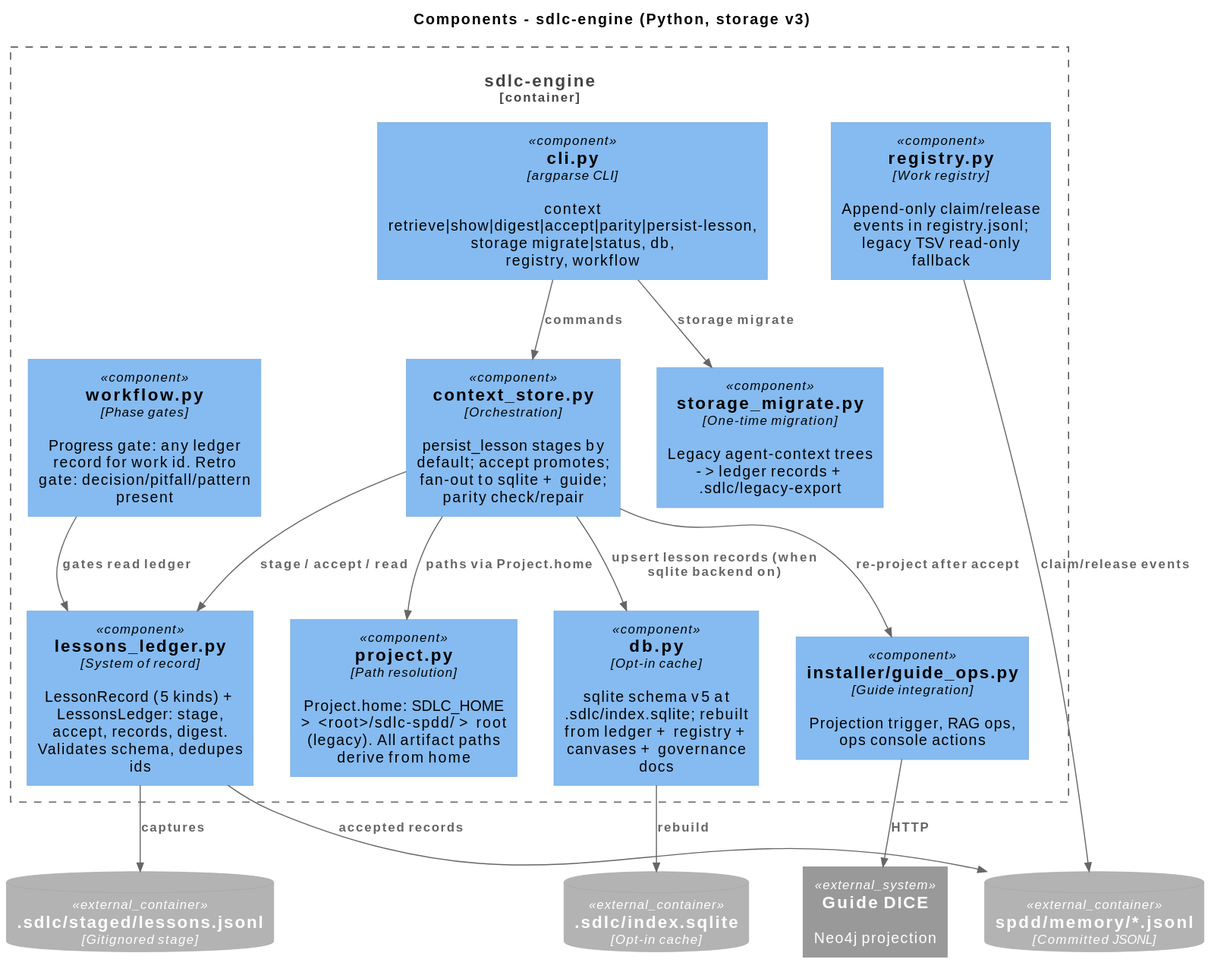
Before: docs/diagrams/03-component-engine.svg, a diagram exported from PlantUML (jmjava/sdlc-spdd-orchestrator). The source it was exported from:
```plantuml
@startuml
!include https://raw.githubusercontent.com/plantuml-stdlib/C4-PlantUML/master/C4_Component.puml

title Components - sdlc-engine (Python, storage v3)

Container_Boundary(engine, "sdlc-engine") {
    Component(cli, "cli.py", "argparse CLI", "context retrieve|show|digest|accept|parity|persist-lesson, storage migrate|status, db, registry, workflow")
    Component(project, "project.py", "Path resolution", "Project.home: SDLC_HOME > <root>/sdlc-spdd/ > root (legacy). All artifact paths derive from home")
    Component(ledgermod, "lessons_ledger.py", "System of record", "LessonRecord (5 kinds) + LessonsLedger: stage, accept, records, digest. Validates schema, dedupes ids")
    Component(store, "context_store.py", "Orchestration", "persist_lesson stages by default; accept promotes; fan-out to sqlite + guide; parity check/repair")
    Component(registry, "registry.py", "Work registry", "Append-only claim/release events in registry.jsonl; legacy TSV read-only fallback")
    Component(db, "db.py", "Opt-in cache", "sqlite schema v5 at .sdlc/index.sqlite; rebuilt from ledger + registry + canvases + governance docs")
    Component(migrate, "storage_migrate.py", "One-time migration", "Legacy agent-context trees -> ledger records + .sdlc/legacy-export")
    Component(workflow, "workflow.py", "Phase gates", "Progress gate: any ledger record for work id. Retro gate: decision/pitfall/pattern present")
    Component(guideops, "installer/guide_ops.py", "Guide integration", "Projection trigger, RAG ops, ops console actions")
}

ContainerDb_Ext(ledger, "spdd/memory/*.jsonl", "Committed JSONL")
ContainerDb_Ext(staged, ".sdlc/staged/lessons.jsonl", "Gitignored stage")
ContainerDb_Ext(sqlite, ".sdlc/index.sqlite", "Opt-in cache")
System_Ext(guide, "Guide DICE", "Neo4j projection")

Rel(cli, store, "commands")
Rel(cli, migrate, "storage migrate")
Rel(store, ledgermod, "stage / accept / read")
Rel(store, db, "upsert lesson records (when sqlite backend on)")
Rel(store, guideops, "re-project after accept")
Rel(ledgermod, staged, "captures")
Rel(ledgermod, ledger, "accepted records")
Rel(registry, ledger, "claim/release events")
Rel(db, sqlite, "rebuild")
Rel(guideops, guide, "HTTP")
Rel(workflow, ledgermod, "gates read ledger")
Rel(store, project, "paths via Project.home")
@enduml
```
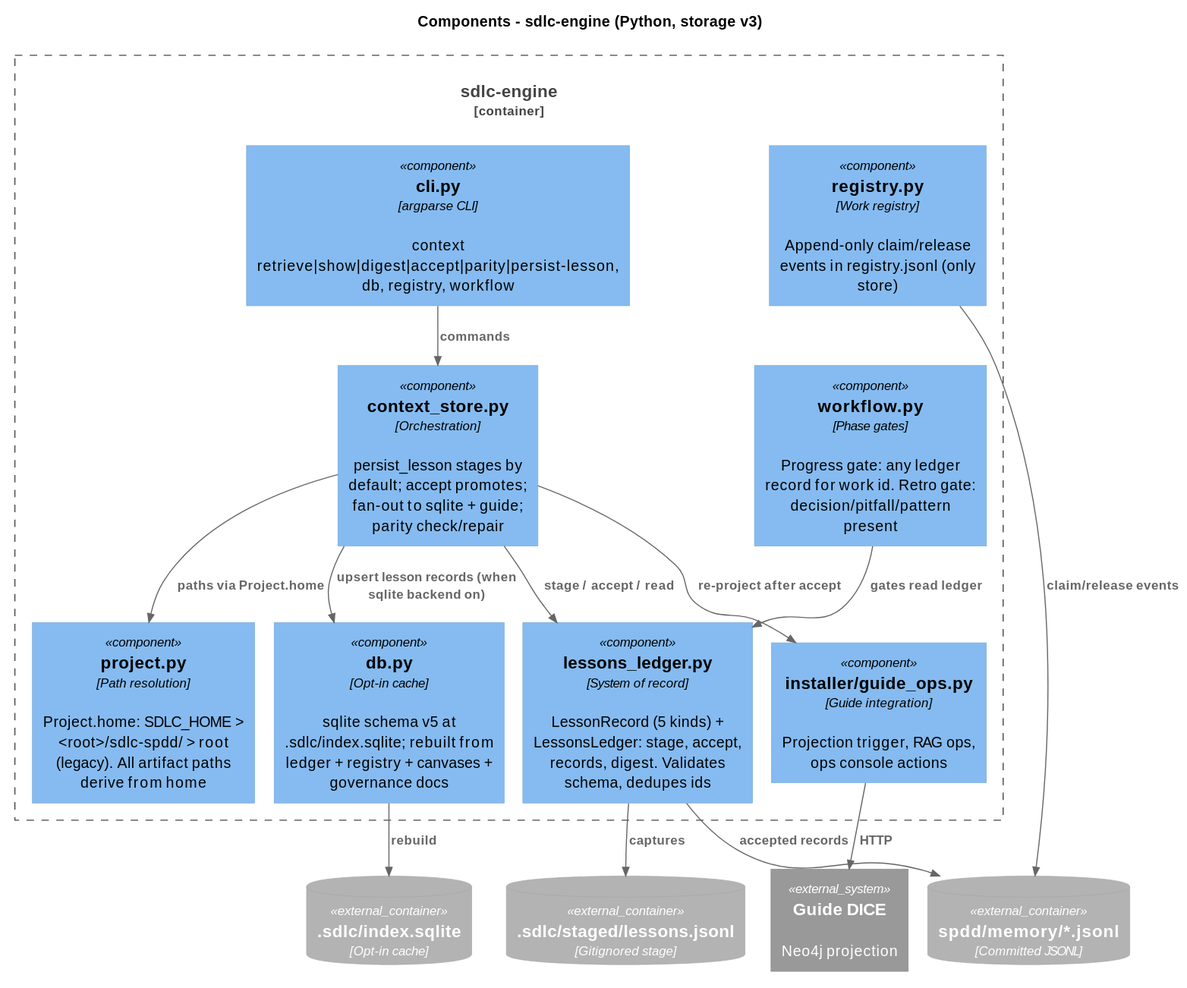
Later version of the same file.

The edit, as a diff of the source:
```diff
@@ -4,13 +4,12 @@
 title Components - sdlc-engine (Python, storage v3)
 
 Container_Boundary(engine, "sdlc-engine") {
-    Component(cli, "cli.py", "argparse CLI", "context retrieve|show|digest|accept|parity|persist-lesson, storage migrate|status, db, registry, workflow")
+    Component(cli, "cli.py", "argparse CLI", "context retrieve|show|digest|accept|parity|persist-lesson, db, registry, workflow")
     Component(project, "project.py", "Path resolution", "Project.home: SDLC_HOME > <root>/sdlc-spdd/ > root (legacy). All artifact paths derive from home")
     Component(ledgermod, "lessons_ledger.py", "System of record", "LessonRecord (5 kinds) + LessonsLedger: stage, accept, records, digest. Validates schema, dedupes ids")
     Component(store, "context_store.py", "Orchestration", "persist_lesson stages by default; accept promotes; fan-out to sqlite + guide; parity check/repair")
-    Component(registry, "registry.py", "Work registry", "Append-only claim/release events in registry.jsonl; legacy TSV read-only fallback")
+    Component(registry, "registry.py", "Work registry", "Append-only claim/release events in registry.jsonl (only store)")
     Component(db, "db.py", "Opt-in cache", "sqlite schema v5 at .sdlc/index.sqlite; rebuilt from ledger + registry + canvases + governance docs")
-    Component(migrate, "storage_migrate.py", "One-time migration", "Legacy agent-context trees -> ledger records + .sdlc/legacy-export")
     Component(workflow, "workflow.py", "Phase gates", "Progress gate: any ledger record for work id. Retro gate: decision/pitfall/pattern present")
     Component(guideops, "installer/guide_ops.py", "Guide integration", "Projection trigger, RAG ops, ops console actions")
 }
@@ -21,7 +20,6 @@
 System_Ext(guide, "Guide DICE", "Neo4j projection")
 
 Rel(cli, store, "commands")
-Rel(cli, migrate, "storage migrate")
 Rel(store, ledgermod, "stage / accept / read")
 Rel(store, db, "upsert lesson records (when sqlite backend on)")
 Rel(store, guideops, "re-project after accept")
```
